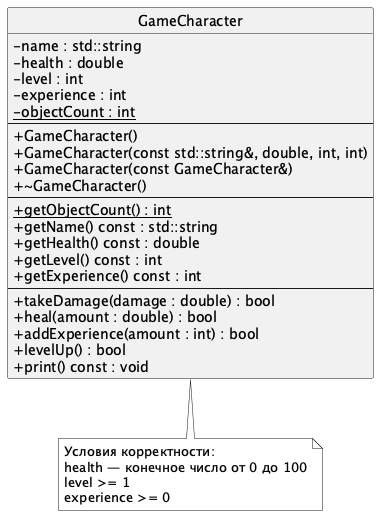
Earlier version of the PlantUML export SECONDLABB/GameCharacter.png (yuieo/oopLABS). Its diagram source:
```plantuml
@startuml

skinparam monochrome true
skinparam classAttributeIconSize 0
hide circle

class GameCharacter {
    - name : std::string
    - health : double
    - level : int
    - experience : int
    {static} - objectCount : int
    --
    + GameCharacter()
    + GameCharacter(const std::string&, double, int, int)
    + GameCharacter(const GameCharacter&)
    + ~GameCharacter()
    --
    {static} + getObjectCount() : int
    + getName() const : std::string
    + getHealth() const : double
    + getLevel() const : int
    + getExperience() const : int
    --
    + takeDamage(damage : double) : bool
    + heal(amount : double) : bool
    + addExperience(amount : int) : bool
    + levelUp() : bool
    + print() const : void
}

note bottom of GameCharacter
    Условия корректности:
    health — конечное число от 0 до 100
    level >= 1
    experience >= 0
end note

@enduml
```
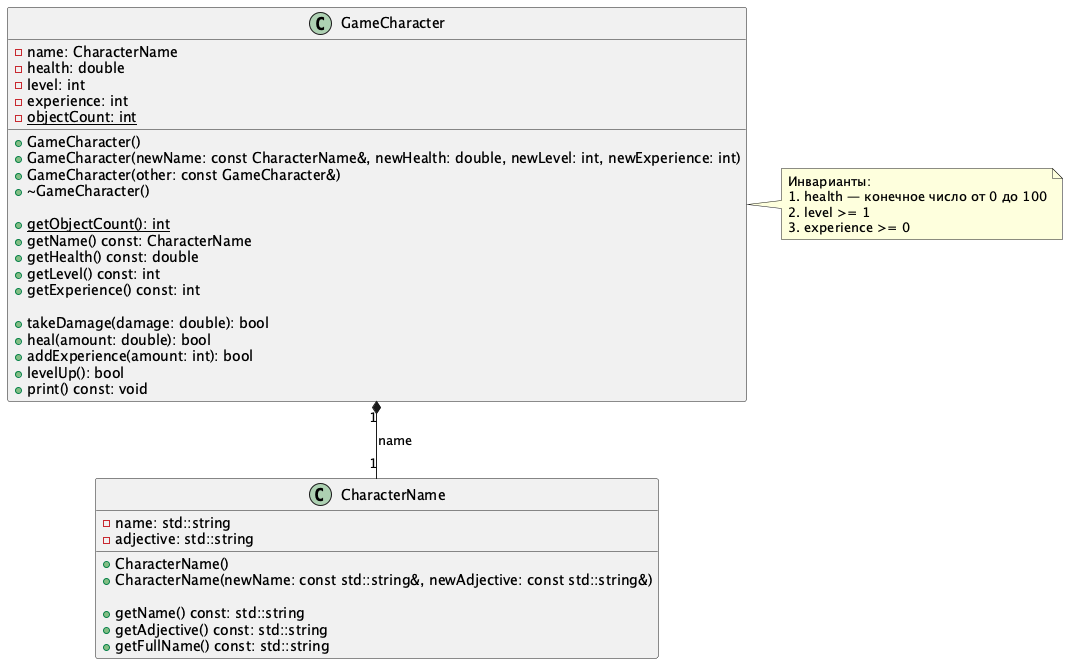
After the commit.

Commit message:
добавлен пользовательский класс CharacterName

The edit, as a diff of the source:
```diff
@@ -1,39 +1,49 @@
 @startuml
 
-skinparam monochrome true
-skinparam classAttributeIconSize 0
-hide circle
+class GameCharacter {
+    - name: CharacterName
+    - health: double
+    - level: int
+    - experience: int
+    - {static} objectCount: int
 
-class GameCharacter {
-    - name : std::string
-    - health : double
-    - level : int
-    - experience : int
-    {static} - objectCount : int
-    --
     + GameCharacter()
-    + GameCharacter(const std::string&, double, int, int)
-    + GameCharacter(const GameCharacter&)
+    + GameCharacter(newName: const CharacterName&, newHealth: double, newLevel: int, newExperience: int)
+    + GameCharacter(other: const GameCharacter&)
     + ~GameCharacter()
-    --
-    {static} + getObjectCount() : int
-    + getName() const : std::string
-    + getHealth() const : double
-    + getLevel() const : int
-    + getExperience() const : int
-    --
-    + takeDamage(damage : double) : bool
-    + heal(amount : double) : bool
-    + addExperience(amount : int) : bool
-    + levelUp() : bool
-    + print() const : void
+
+    + {static} getObjectCount(): int
+    + getName() const: CharacterName
+    + getHealth() const: double
+    + getLevel() const: int
+    + getExperience() const: int
+
+    + takeDamage(damage: double): bool
+    + heal(amount: double): bool
+    + addExperience(amount: int): bool
+    + levelUp(): bool
+    + print() const: void
 }
 
-note bottom of GameCharacter
-    Условия корректности:
-    health — конечное число от 0 до 100
-    level >= 1
-    experience >= 0
+class CharacterName {
+    - name: std::string
+    - adjective: std::string
+
+    + CharacterName()
+    + CharacterName(newName: const std::string&, newAdjective: const std::string&)
+
+    + getName() const: std::string
+    + getAdjective() const: std::string
+    + getFullName() const: std::string
+}
+
+GameCharacter "1" *-- "1" CharacterName : name
+
+note right of GameCharacter
+    Инварианты:
+    1. health — конечное число от 0 до 100
+    2. level >= 1
+    3. experience >= 0
 end note
 
 @enduml
```
